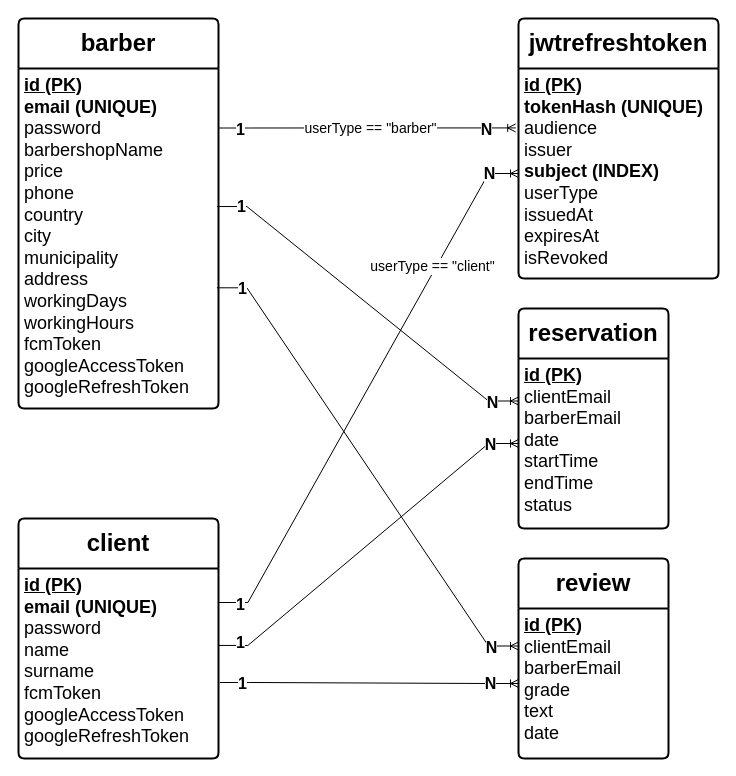
The draw.io diagram drawio/diagrams/database_er_diagram.drawio in PavleSarenac/thesis, before the edit. Source tidied: cells renumbered, new cells numbered last; positions are measured from the earlier drawing's top-left corner, leaving out a move shared by most shapes. Both pictures are drawn from the tidied source at 100%, with x=0, y=0 at pixel (18, 18).
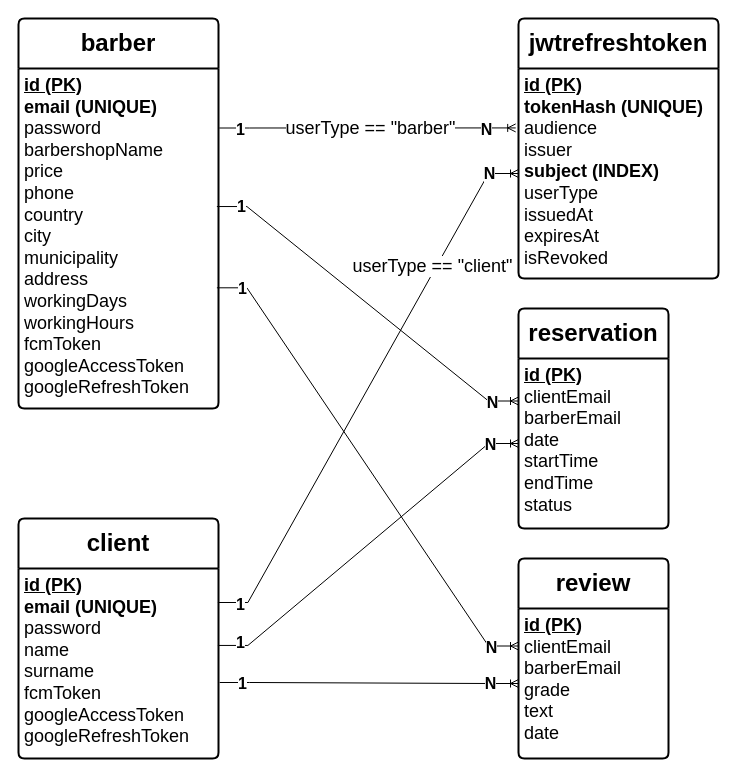
Above is the later version.

Unchanged cells that the change refers to:
```xml
<mxCell id="12" style="edgeStyle=entityRelationEdgeStyle;fontSize=12;html=1;endArrow=ERoneToMany;rounded=0;exitX=1.004;exitY=0.175;exitDx=0;exitDy=0;exitPerimeter=0;entryX=-0.014;entryY=0.283;entryDx=0;entryDy=0;entryPerimeter=0;" parent="1" edge="1" source="9" target="5">
  <mxGeometry relative="1" as="geometry" />
</mxCell>
<mxCell id="22" style="edgeStyle=entityRelationEdgeStyle;fontSize=12;html=1;endArrow=ERoneToMany;rounded=0;exitX=0.997;exitY=0.179;exitDx=0;exitDy=0;exitPerimeter=0;entryX=0;entryY=0.5;entryDx=0;entryDy=0;" parent="1" edge="1" source="3" target="5">
  <mxGeometry relative="1" as="geometry" />
</mxCell>
```

Diff of the diagram source:
```diff
@@
-    <mxCell id="15" value="&lt;font style=&quot;font-size: 14px;&quot;&gt;userType == &quot;barber&quot;&lt;/font&gt;" style="edgeLabel;html=1;align=center;verticalAlign=middle;" parent="12" vertex="1">
+    <mxCell id="15" value="&lt;font style=&quot;font-size: 18px;&quot;&gt;userType == &quot;barber&quot;&lt;/font&gt;" style="edgeLabel;html=1;align=center;verticalAlign=middle;" parent="12" vertex="1">
       <mxGeometry x="0.02" relative="1" as="geometry" />
     </mxCell>
@@
-    <mxCell id="25" value="&lt;font style=&quot;font-size: 14px;&quot;&gt;userType == &quot;client&quot;&lt;/font&gt;" style="edgeLabel;html=1;align=center;verticalAlign=middle;" parent="22" vertex="1">
+    <mxCell id="25" value="&lt;font style=&quot;font-size: 18px;&quot;&gt;userType == &quot;client&quot;&lt;/font&gt;" style="edgeLabel;html=1;align=center;verticalAlign=middle;" parent="22" vertex="1">
       <mxGeometry x="0.5" y="4" relative="1" as="geometry" />
     </mxCell>
```
